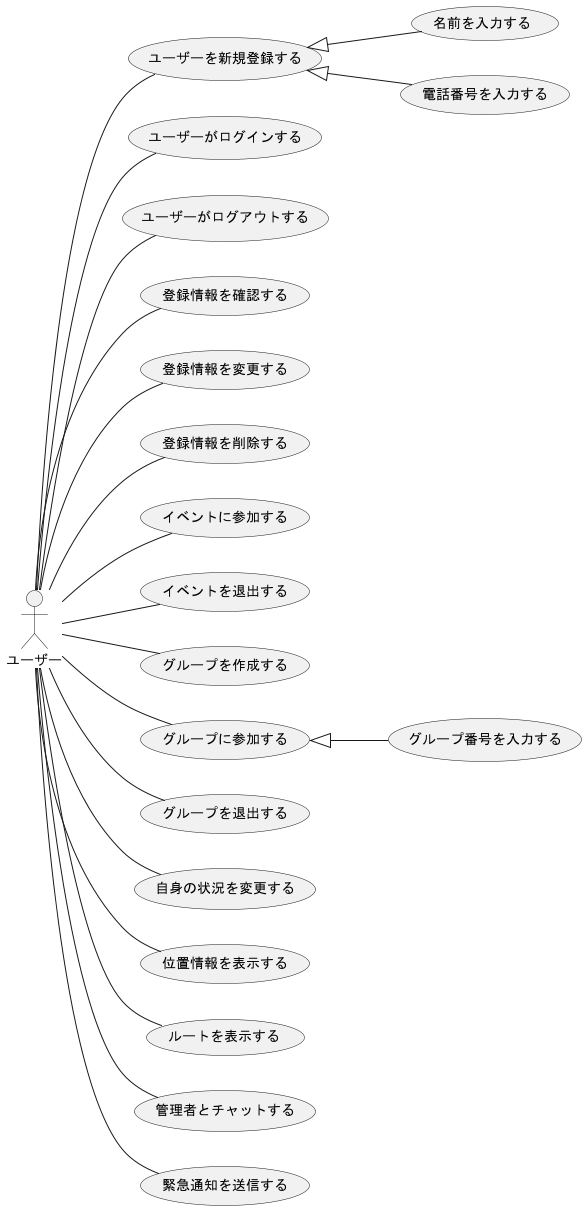
ksw2270227/GroupF keeps this PlantUML diagram as out/F_usecase_user/ユースケース.png. Above is the earlier version.
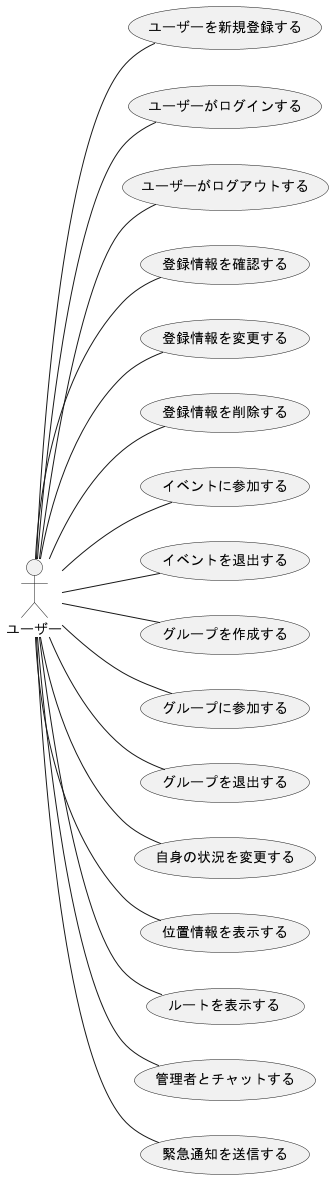
Above is the later version.

The edit, as a diff of the source:
```diff
@@ -22,9 +22,4 @@
 
 
 
-(ユーザーを新規登録する) <|-- (名前を入力する)
-(ユーザーを新規登録する) <|-- (電話番号を入力する)
-
-(グループに参加する) <|-- (グループ番号を入力する)
-
 @enduml
```
